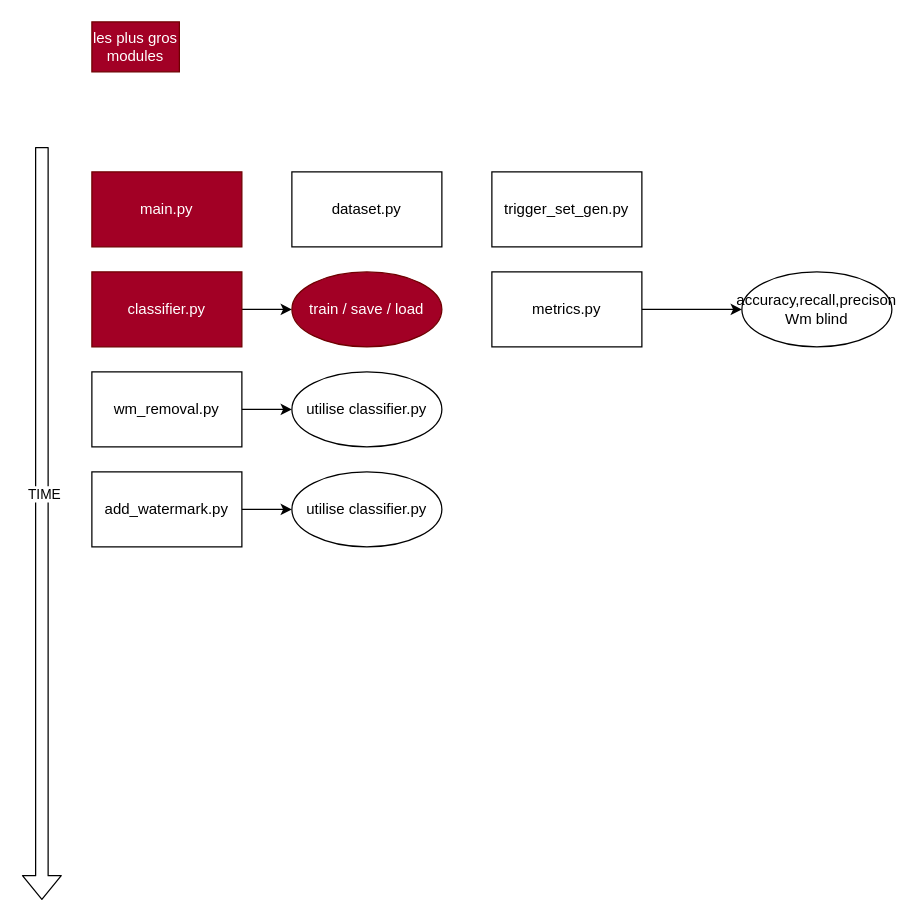
The draw.io diagram page "all modules" (1 of 3) of master-0.drawio in remigodet/watermarking, before the edit. Source tidied: cells renumbered, new cells numbered last; positions are measured from the earlier drawing's top-left corner, leaving out a move shared by most shapes. Both pictures are drawn from the tidied source at 125%, with x=0, y=0 at pixel (41, 21).
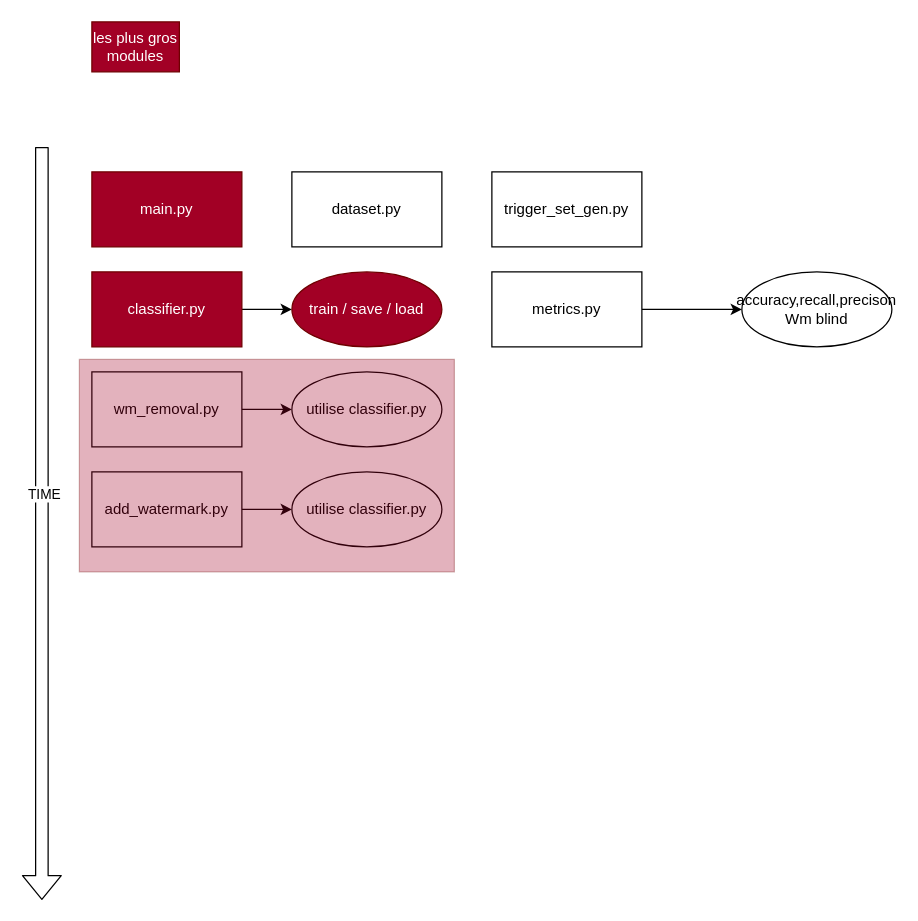
The same page after the edit.

Change to the diagram source:
```diff
@@
+    <mxCell id="20" style="rounded=0;whiteSpace=wrap;html=1;fillColor=#a20025;fontColor=#ffffff;strokeColor=#6F0000;opacity=30;" parent="1" vertex="1">
+      <mxGeometry x="30" y="270" width="300" height="170" as="geometry" />
+    </mxCell>
```
